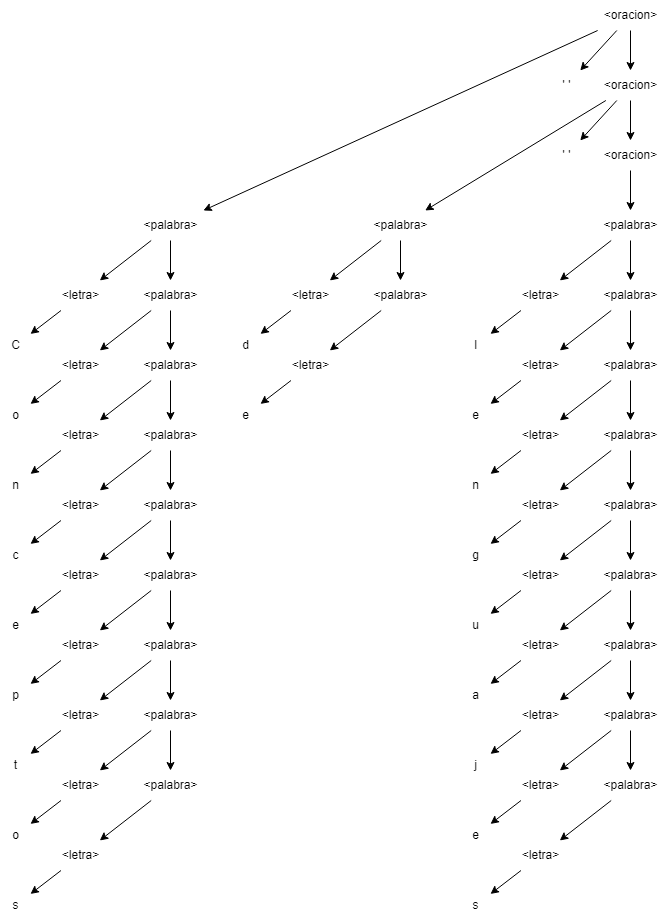
Pedro0604/3ro-LS-LI-APU keeps this draw.io diagram as 1er_semestre/CPLP/Practicas/Practicas_resueltas/Practica_2/Ejercicio_8_e_CPLP.drawio.png. Above is the earlier version. Source tidied: cells renumbered, new cells last; positions are measured from the earlier drawing's top-left corner, leaving out a move shared by most shapes.
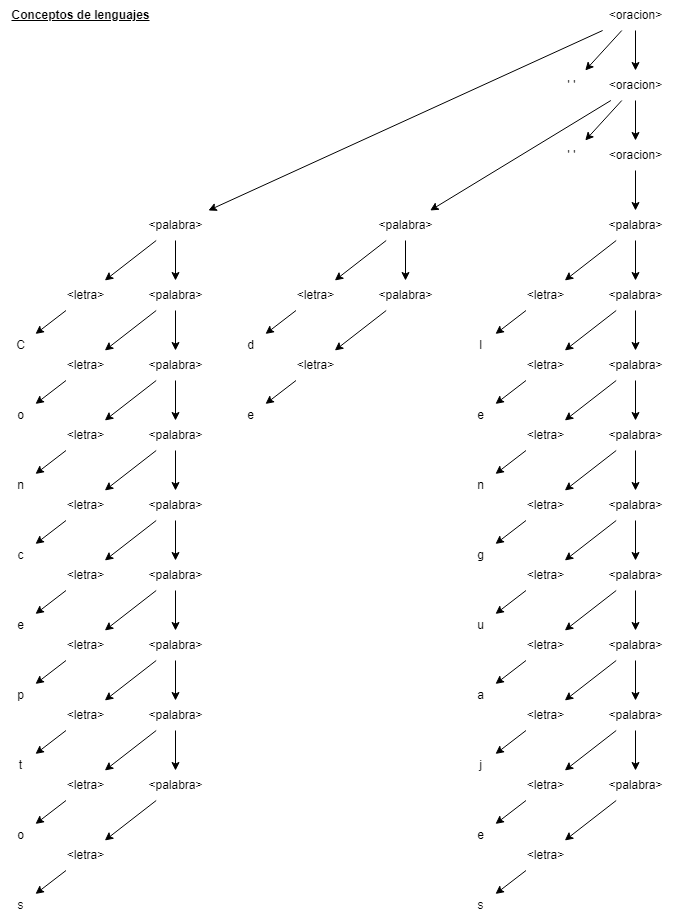
After the commit.

Commit message:
CPLP - Practica 2

Diff of the diagram source:
```diff
@@ -389,5 +389,8 @@
     <mxCell id="130" value="' '" style="text;html=1;align=center;verticalAlign=middle;points=[];strokeColor=none;fillColor=none;" parent="1" vertex="1">
       <mxGeometry x="551" y="140" width="30" height="30" as="geometry" />
     </mxCell>
+    <mxCell id="131" value="&lt;u&gt;&lt;b&gt;Conceptos de lenguajes&lt;/b&gt;&lt;/u&gt;" style="text;html=1;align=center;verticalAlign=middle;strokeColor=none;fillColor=none;" parent="1" vertex="1">
+      <mxGeometry x="-5" width="160" height="30" as="geometry" />
+    </mxCell>
   </root>
 </mxGraphModel>
```
